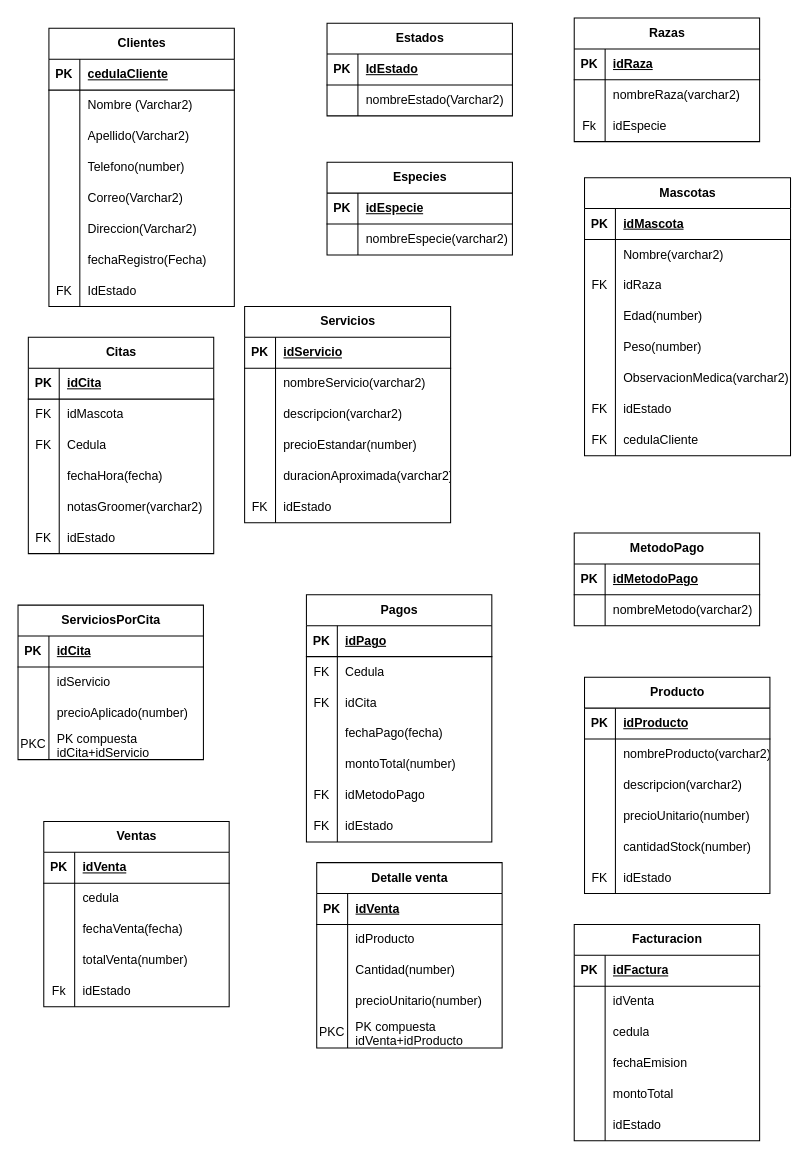
The draw.io diagram Diagrama tarea1 L BD.drawio in StimpyCR/DrawiIO, before the edit. Source tidied: cells renumbered, new cells numbered last; positions are measured from the earlier drawing's top-left corner, leaving out a move shared by most shapes. Both pictures are drawn from the tidied source at 103%, with x=0, y=0 at pixel (18, 18).
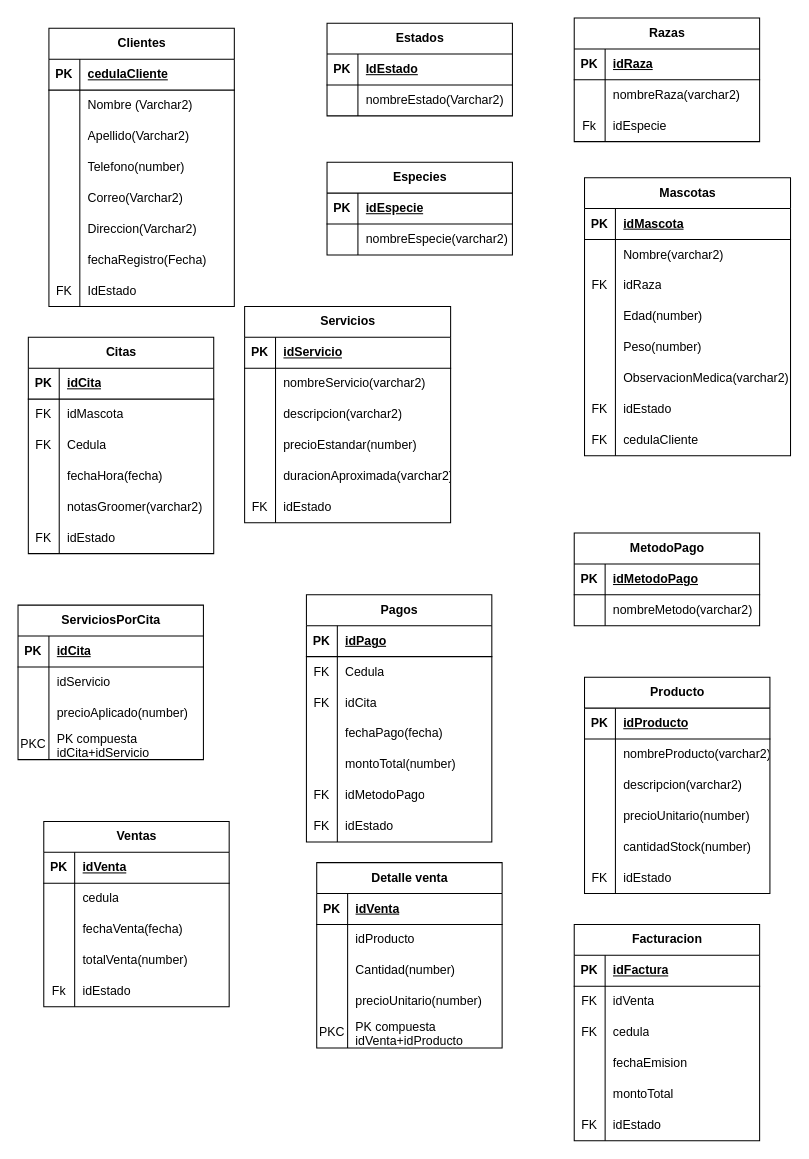
The same diagram, later.

The change refers to these unchanged cells:
```xml
<mxCell id="211" style="shape=tableRow;horizontal=0;startSize=0;swimlaneHead=0;swimlaneBody=0;fillColor=none;top=0;left=0;right=0;bottom=0;" parent="207" vertex="1">
  <mxGeometry y="60" width="180" height="30" as="geometry" />
</mxCell>
<mxCell id="214" style="shape=tableRow;horizontal=0;startSize=0;swimlaneHead=0;swimlaneBody=0;fillColor=none;top=0;left=0;right=0;bottom=0;" parent="207" vertex="1">
  <mxGeometry y="90" width="180" height="30" as="geometry" />
</mxCell>
<mxCell id="223" style="shape=tableRow;horizontal=0;startSize=0;swimlaneHead=0;swimlaneBody=0;fillColor=none;top=0;left=0;right=0;bottom=0;" parent="207" vertex="1">
  <mxGeometry y="180" width="180" height="30" as="geometry" />
</mxCell>
```

What changed in the source:
```diff
@@
-    <mxCell id="212" style="shape=partialRectangle;fillColor=none;top=0;left=0;bottom=0;right=0;overflow=hidden;whiteSpace=wrap;html=1;" parent="211" vertex="1">
+    <mxCell id="212" value="FK" style="shape=partialRectangle;fillColor=none;top=0;left=0;bottom=0;right=0;overflow=hidden;whiteSpace=wrap;html=1;" parent="211" vertex="1">
       <mxGeometry width="30" height="30" as="geometry" />
     </mxCell>
@@
-    <mxCell id="215" style="shape=partialRectangle;fillColor=none;top=0;left=0;bottom=0;right=0;overflow=hidden;whiteSpace=wrap;html=1;" parent="214" vertex="1">
+    <mxCell id="215" value="FK" style="shape=partialRectangle;fillColor=none;top=0;left=0;bottom=0;right=0;overflow=hidden;whiteSpace=wrap;html=1;" parent="214" vertex="1">
       <mxGeometry width="30" height="30" as="geometry" />
     </mxCell>
@@
-    <mxCell id="224" style="shape=partialRectangle;fillColor=none;top=0;left=0;bottom=0;right=0;overflow=hidden;whiteSpace=wrap;html=1;" parent="223" vertex="1">
+    <mxCell id="224" value="FK" style="shape=partialRectangle;fillColor=none;top=0;left=0;bottom=0;right=0;overflow=hidden;whiteSpace=wrap;html=1;" parent="223" vertex="1">
       <mxGeometry width="30" height="30" as="geometry" />
     </mxCell>
```
